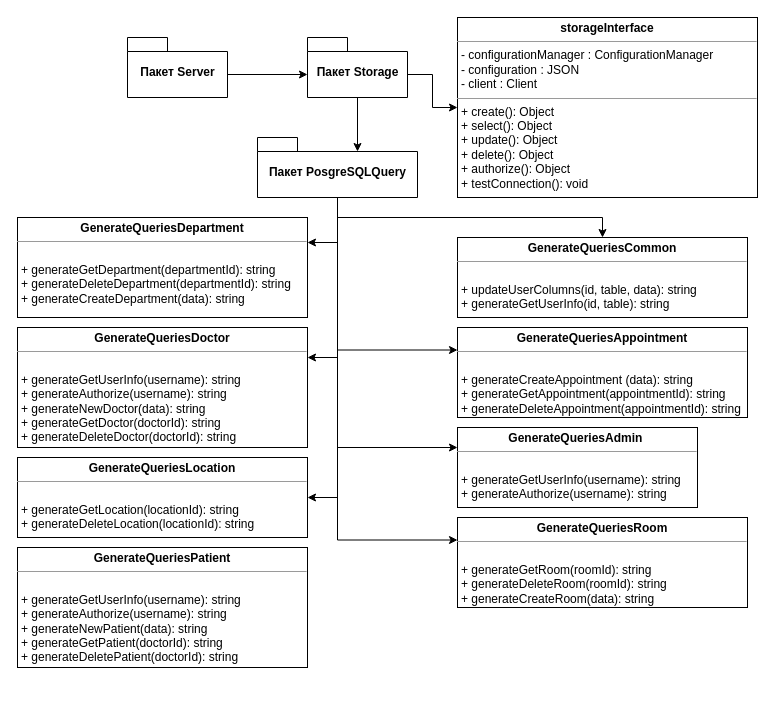
The draw.io diagram uml server modules.drawio in arturyumaev/Bachelor-Diploma-Docs, before the edit. Source tidied: cells renumbered, new cells numbered last; positions are measured from the earlier drawing's top-left corner, leaving out a move shared by most shapes. Both pictures are drawn from the tidied source at 100%, with x=0, y=0 at pixel (17, 17).
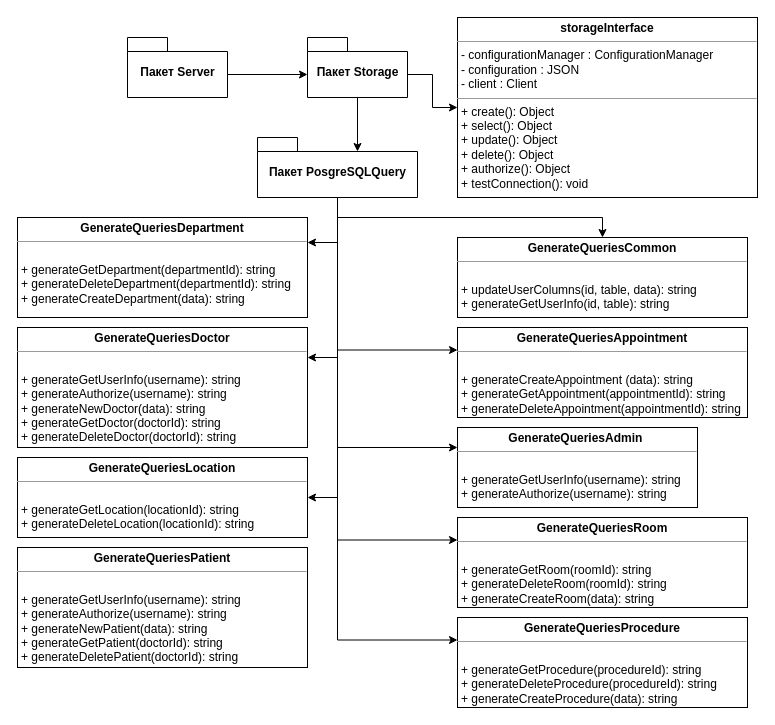
Above is the later version.

The change refers to these unchanged cells:
```xml
<mxCell id="15" value="Пакет PosgreSQLQuery" style="shape=folder;fontStyle=1;spacingTop=10;tabWidth=40;tabHeight=14;tabPosition=left;html=1;" parent="1" vertex="1">
  <mxGeometry x="240" y="120" width="160" height="60" as="geometry" />
</mxCell>
```

What changed in the source:
```diff
@@
+    <mxCell id="24" style="edgeStyle=orthogonalEdgeStyle;rounded=0;jettySize=auto;html=1;exitX=0.5;exitY=1;exitDx=0;exitDy=0;exitPerimeter=0;entryX=0;entryY=0.25;entryDx=0;entryDy=0;" parent="1" edge="1" source="15" target="25">
+      <mxGeometry relative="1" as="geometry" />
+    </mxCell>
@@
+    <mxCell id="25" value="&lt;p style=&quot;margin: 0px ; margin-top: 4px ; text-align: center&quot;&gt;&lt;b&gt;GenerateQueriesProcedure&lt;/b&gt;&lt;br&gt;&lt;/p&gt;&lt;hr size=&quot;1&quot;&gt;&lt;p style=&quot;margin: 0px ; margin-left: 4px&quot;&gt;&lt;br&gt;&lt;/p&gt;&lt;p style=&quot;margin: 0px ; margin-left: 4px&quot;&gt;+ generateGetProcedure(procedureId): string&lt;/p&gt;&lt;p style=&quot;margin: 0px ; margin-left: 4px&quot;&gt;+ generateDeleteProcedure(procedureId): string&lt;/p&gt;&lt;p style=&quot;margin: 0px ; margin-left: 4px&quot;&gt;+&amp;nbsp;generateCreateProcedure(data): string&lt;/p&gt;" style="verticalAlign=top;align=left;overflow=fill;fontSize=12;fontFamily=Helvetica;html=1;" parent="1" vertex="1">
+      <mxGeometry x="440" y="600" width="290" height="90" as="geometry" />
+    </mxCell>
```
